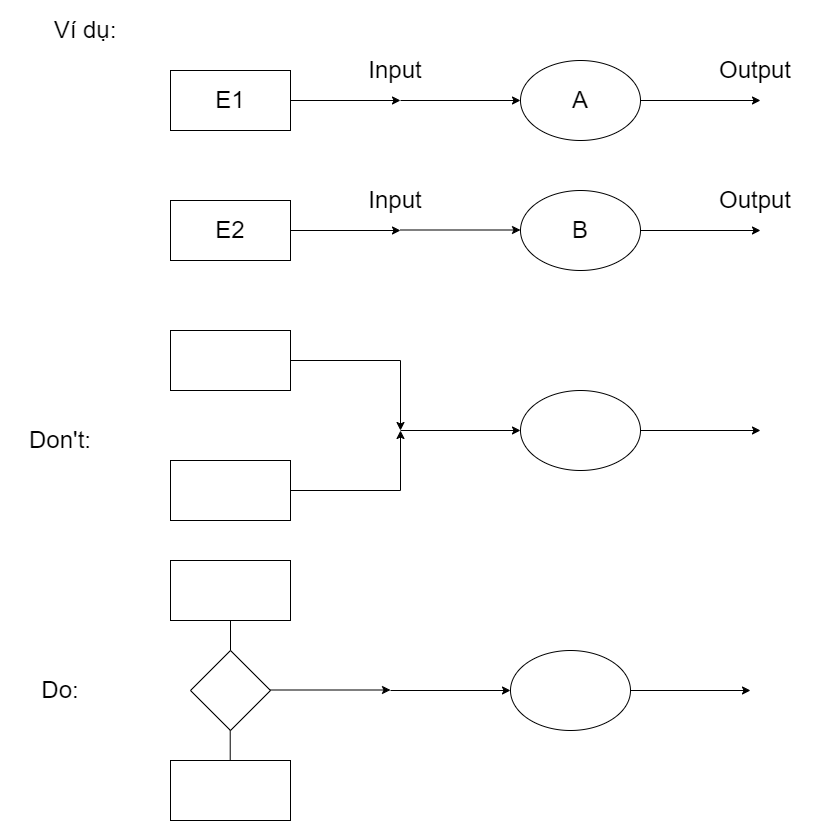
The draw.io diagram Ví Dụ 1 (Chương 2).png in datnham0212/learning, before a commit. Source tidied: cells renumbered, new cells last; positions are measured from the earlier drawing's top-left corner, leaving out a move shared by most shapes.
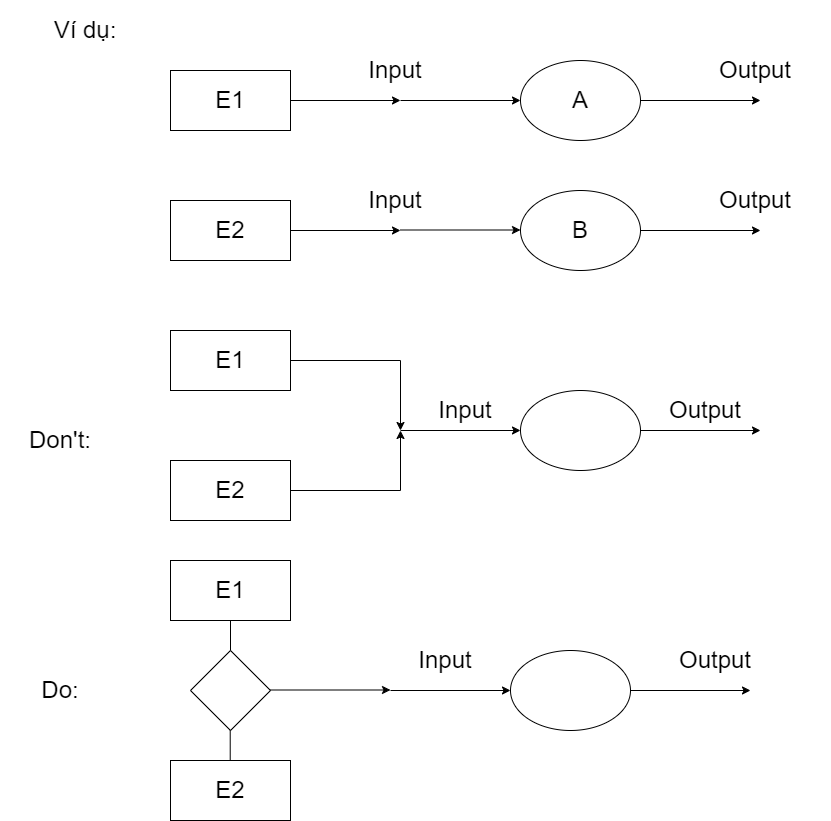
Above is the later version.

What changed in the source:
```diff
@@ -51,7 +51,7 @@
         <mxPoint x="400" y="430" as="targetPoint" />
       </mxGeometry>
     </mxCell>
-    <mxCell id="13" style="rounded=0;whiteSpace=wrap;html=1;fontSize=24;" parent="1" vertex="1">
+    <mxCell id="13" value="E1" style="rounded=0;whiteSpace=wrap;html=1;fontSize=24;" parent="1" vertex="1">
       <mxGeometry x="170" y="330" width="120" height="60" as="geometry" />
     </mxCell>
     <mxCell id="14" style="edgeStyle=orthogonalEdgeStyle;rounded=0;jettySize=auto;html=1;fontSize=24;" parent="1" edge="1" source="15">
@@ -59,7 +59,7 @@
         <mxPoint x="400" y="430" as="targetPoint" />
       </mxGeometry>
     </mxCell>
-    <mxCell id="15" style="rounded=0;whiteSpace=wrap;html=1;fontSize=24;" parent="1" vertex="1">
+    <mxCell id="15" value="E2" style="rounded=0;whiteSpace=wrap;html=1;fontSize=24;" parent="1" vertex="1">
       <mxGeometry x="170" y="460" width="120" height="60" as="geometry" />
     </mxCell>
     <mxCell id="16" style="endArrow=classic;html=1;rounded=0;fontSize=24;" parent="1" edge="1">
@@ -76,7 +76,7 @@
     <mxCell id="18" style="ellipse;whiteSpace=wrap;html=1;fontSize=24;" parent="1" vertex="1">
       <mxGeometry x="520" y="390" width="120" height="80" as="geometry" />
     </mxCell>
-    <mxCell id="19" style="rounded=0;whiteSpace=wrap;html=1;fontSize=24;" parent="1" vertex="1">
+    <mxCell id="19" value="E2" style="rounded=0;whiteSpace=wrap;html=1;fontSize=24;" parent="1" vertex="1">
       <mxGeometry x="170" y="760" width="120" height="60" as="geometry" />
     </mxCell>
     <mxCell id="20" style="endArrow=classic;html=1;rounded=0;fontSize=24;" parent="1" edge="1">
@@ -93,7 +93,7 @@
     <mxCell id="22" style="ellipse;whiteSpace=wrap;html=1;fontSize=24;" parent="1" vertex="1">
       <mxGeometry x="510" y="650" width="120" height="80" as="geometry" />
     </mxCell>
-    <mxCell id="23" style="rounded=0;whiteSpace=wrap;html=1;fontSize=24;" parent="1" vertex="1">
+    <mxCell id="23" value="E1" style="rounded=0;whiteSpace=wrap;html=1;fontSize=24;" parent="1" vertex="1">
       <mxGeometry x="170" y="560" width="120" height="60" as="geometry" />
     </mxCell>
     <mxCell id="24" style="rhombus;whiteSpace=wrap;html=1;fontSize=24;" parent="1" vertex="1">
@@ -137,5 +137,17 @@
     <mxCell id="34" value="&lt;span style=&quot;font-size: 24px;&quot;&gt;Output&lt;/span&gt;" style="text;html=1;strokeColor=none;fillColor=none;align=center;verticalAlign=middle;whiteSpace=wrap;rounded=0;" parent="1" vertex="1">
       <mxGeometry x="680" y="170" width="150" height="60" as="geometry" />
     </mxCell>
+    <mxCell id="35" value="&lt;span style=&quot;font-size: 24px;&quot;&gt;Input&lt;/span&gt;" style="text;html=1;strokeColor=none;fillColor=none;align=center;verticalAlign=middle;whiteSpace=wrap;rounded=0;" parent="1" vertex="1">
+      <mxGeometry x="390" y="380" width="150" height="60" as="geometry" />
+    </mxCell>
+    <mxCell id="36" value="&lt;span style=&quot;font-size: 24px;&quot;&gt;Output&lt;/span&gt;" style="text;html=1;strokeColor=none;fillColor=none;align=center;verticalAlign=middle;whiteSpace=wrap;rounded=0;" parent="1" vertex="1">
+      <mxGeometry x="630" y="380" width="150" height="60" as="geometry" />
+    </mxCell>
+    <mxCell id="37" value="&lt;span style=&quot;font-size: 24px;&quot;&gt;Output&lt;/span&gt;" style="text;html=1;strokeColor=none;fillColor=none;align=center;verticalAlign=middle;whiteSpace=wrap;rounded=0;" parent="1" vertex="1">
+      <mxGeometry x="640" y="630" width="150" height="60" as="geometry" />
+    </mxCell>
+    <mxCell id="38" value="&lt;span style=&quot;font-size: 24px;&quot;&gt;Input&lt;/span&gt;" style="text;html=1;strokeColor=none;fillColor=none;align=center;verticalAlign=middle;whiteSpace=wrap;rounded=0;" parent="1" vertex="1">
+      <mxGeometry x="370" y="630" width="150" height="60" as="geometry" />
+    </mxCell>
   </root>
 </mxGraphModel>
```
